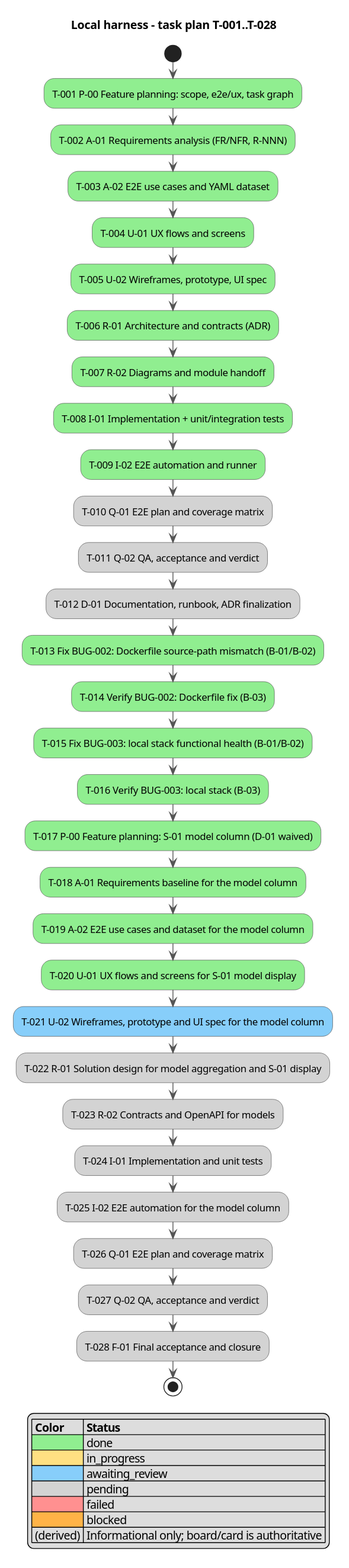
Earlier version of the PlantUML export docs/activity.svg (serge-sasov/ai-task-tracker).
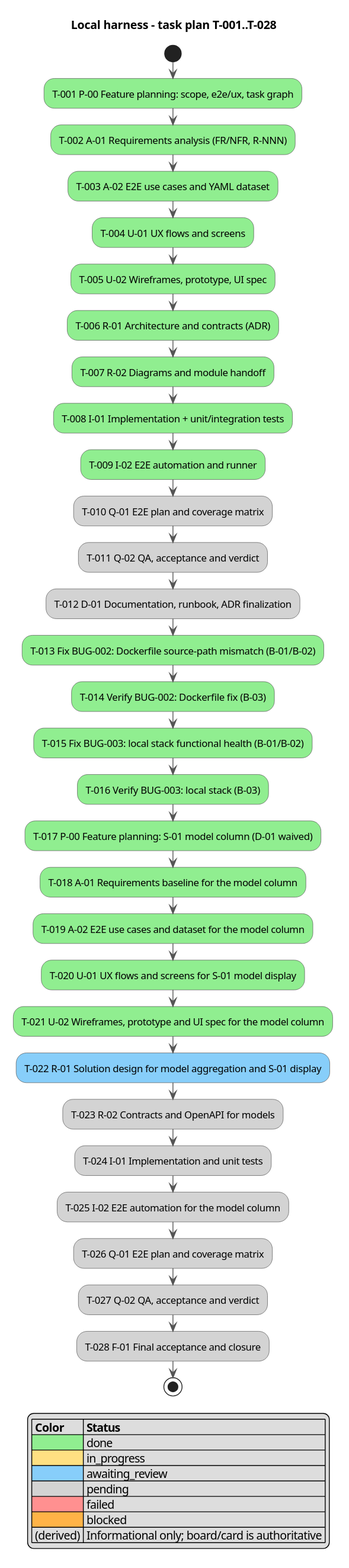
The same file after the commit.

Diff of the diagram source:
```diff
@@ -26,8 +26,8 @@
 :T-018 A-01 Requirements baseline for the model column; <<#90EE90>>
 :T-019 A-02 E2E use cases and dataset for the model column; <<#90EE90>>
 :T-020 U-01 UX flows and screens for S-01 model display; <<#90EE90>>
-:T-021 U-02 Wireframes, prototype and UI spec for the model column; <<#87CEFA>>
-:T-022 R-01 Solution design for model aggregation and S-01 display; <<#D3D3D3>>
+:T-021 U-02 Wireframes, prototype and UI spec for the model column; <<#90EE90>>
+:T-022 R-01 Solution design for model aggregation and S-01 display; <<#87CEFA>>
 :T-023 R-02 Contracts and OpenAPI for models; <<#D3D3D3>>
 :T-024 I-01 Implementation and unit tests; <<#D3D3D3>>
 :T-025 I-02 E2E automation for the model column; <<#D3D3D3>>
```
